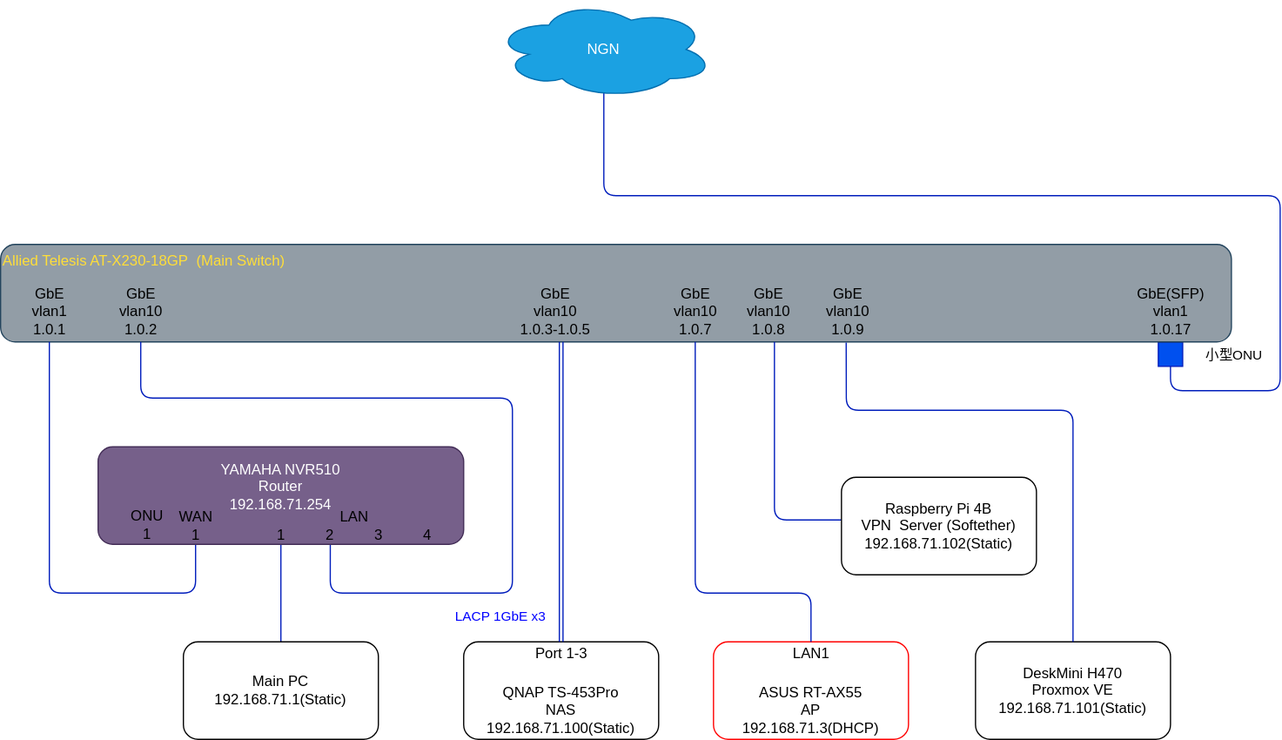
The draw.io diagram Structure chart/struct.drawio.svg in taka74-1771/1771net_home, before a commit. Source tidied: cells renumbered, new cells last; positions are measured from the earlier drawing's top-left corner, leaving out a move shared by most shapes.
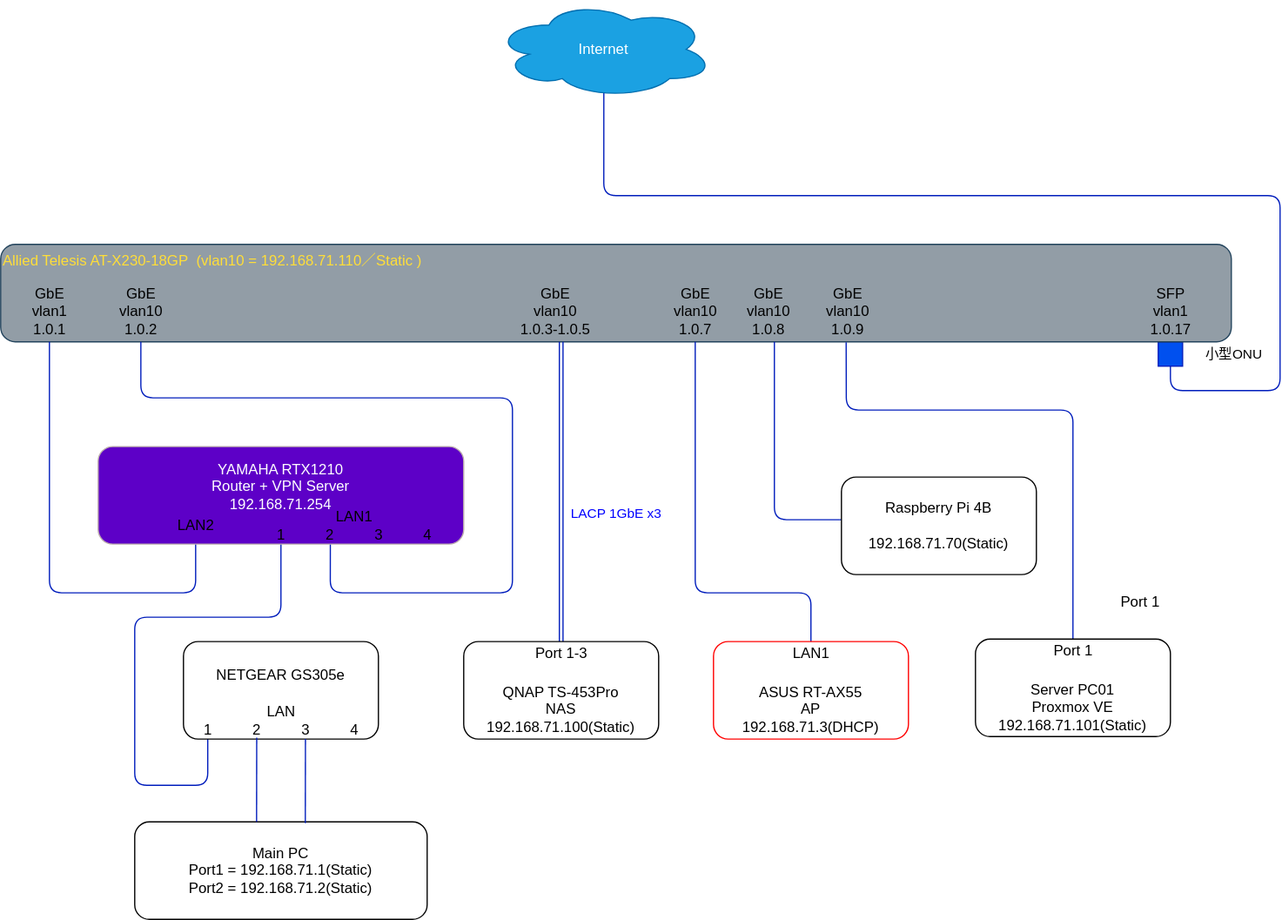
Above is the later version.

Commit message:
ルーター、サーバーPC入れ替え反映

Diff of the diagram source:
```diff
@@ -18,33 +18,31 @@
         <mxPoint x="13" y="-27" as="offset" />
       </mxGeometry>
     </mxCell>
-    <mxCell id="4" value="NGN" style="ellipse;shape=cloud;whiteSpace=wrap;html=1;fillColor=#1ba1e2;fontColor=#ffffff;strokeColor=#006EAF;" parent="1" vertex="1">
+    <mxCell id="4" value="Internet" style="ellipse;shape=cloud;whiteSpace=wrap;html=1;fillColor=#1ba1e2;fontColor=#ffffff;strokeColor=#006EAF;" parent="1" vertex="1">
       <mxGeometry x="405" width="180" height="80" as="geometry" />
     </mxCell>
     <mxCell id="5" style="rounded=0;whiteSpace=wrap;html=1;fillColor=#0050ef;fontColor=#ffffff;strokeColor=#001DBC;" parent="1" vertex="1">
       <mxGeometry x="950" y="280" width="20" height="20" as="geometry" />
     </mxCell>
-    <mxCell id="6" value="QNAP TS-453Pro&lt;br&gt;NAS&lt;br&gt;192.168.71.100(Static)" style="rounded=1;whiteSpace=wrap;html=1;verticalAlign=bottom;" parent="1" vertex="1">
-      <mxGeometry x="380" y="526" width="160" height="80" as="geometry" />
-    </mxCell>
-    <mxCell id="7" style="edgeStyle=orthogonalEdgeStyle;html=1;endArrow=none;endFill=0;entryX=0.143;entryY=0.333;entryDx=0;entryDy=0;entryPerimeter=0;fillColor=#0050ef;strokeColor=#001DBC;" parent="1" edge="1" source="8" target="28">
+    <mxCell id="7" style="edgeStyle=orthogonalEdgeStyle;html=1;endArrow=none;endFill=0;entryX=0.143;entryY=0.333;entryDx=0;entryDy=0;entryPerimeter=0;fillColor=#0050ef;strokeColor=#001DBC;exitX=0.071;exitY=0.933;exitDx=0;exitDy=0;exitPerimeter=0;" parent="1" edge="1" source="35" target="28">
       <mxGeometry relative="1" as="geometry">
         <Array as="points">
-          <mxPoint x="230" y="420" />
+          <mxPoint x="170" y="644" />
+          <mxPoint x="110" y="644" />
+          <mxPoint x="110" y="506" />
+          <mxPoint x="230" y="506" />
+          <mxPoint x="230" y="426" />
         </Array>
       </mxGeometry>
     </mxCell>
-    <mxCell id="8" value="Main PC&lt;br&gt;192.168.71.1(Static)" style="rounded=1;whiteSpace=wrap;html=1;verticalAlign=middle;" parent="1" vertex="1">
-      <mxGeometry x="150" y="526" width="160" height="80" as="geometry" />
+    <mxCell id="8" value="Main PC&lt;br&gt;Port1 = 192.168.71.1(Static)&lt;br&gt;Port2 = 192.168.71.2(Static)" style="rounded=1;whiteSpace=wrap;html=1;verticalAlign=middle;" parent="1" vertex="1">
+      <mxGeometry x="110" y="674" width="240" height="80" as="geometry" />
     </mxCell>
-    <mxCell id="9" value="ASUS RT-AX55&lt;br&gt;AP&lt;br&gt;192.168.71.3(DHCP)" style="rounded=1;whiteSpace=wrap;html=1;verticalAlign=bottom;strokeColor=#FF0000;" parent="1" vertex="1">
-      <mxGeometry x="585" y="526" width="160" height="80" as="geometry" />
-    </mxCell>
-    <mxCell id="10" value="&lt;div&gt;&lt;span style=&quot;color: rgb(255 , 222 , 56)&quot;&gt;Allied Telesis AT-X230-18GP&amp;nbsp; (Main Switch)&lt;/span&gt;&lt;/div&gt;" style="rounded=1;whiteSpace=wrap;html=1;verticalAlign=top;fillColor=#929DA6;strokeColor=#23445d;align=left;" parent="1" vertex="1">
+    <mxCell id="10" value="&lt;div&gt;&lt;span style=&quot;color: rgb(255 , 222 , 56)&quot;&gt;Allied Telesis AT-X230-18GP&amp;nbsp; (vlan10 = 192.168.71.110／Static&lt;/span&gt;&lt;span style=&quot;color: rgb(255 , 222 , 56)&quot;&gt;)&lt;/span&gt;&lt;/div&gt;" style="rounded=1;whiteSpace=wrap;html=1;verticalAlign=top;fillColor=#929DA6;strokeColor=#23445d;align=left;" parent="1" vertex="1">
       <mxGeometry y="200" width="1010" height="80" as="geometry" />
     </mxCell>
-    <mxCell id="11" value="GbE(SFP)&lt;br&gt;vlan1&lt;br&gt;1.0.17" style="text;html=1;align=center;verticalAlign=middle;strokeColor=none;fillColor=none;" parent="1" vertex="1">
-      <mxGeometry x="925" y="230" width="70" height="50" as="geometry" />
+    <mxCell id="11" value="SFP&lt;br&gt;vlan1&lt;br&gt;1.0.17" style="text;html=1;align=center;verticalAlign=middle;strokeColor=none;fillColor=none;" parent="1" vertex="1">
+      <mxGeometry x="935" y="230" width="50" height="50" as="geometry" />
     </mxCell>
     <mxCell id="12" style="edgeStyle=orthogonalEdgeStyle;html=1;endArrow=none;endFill=0;fillColor=#0050ef;strokeColor=#001DBC;" parent="1" edge="1" source="29" target="13">
       <mxGeometry relative="1" as="geometry">
@@ -63,7 +61,7 @@
           <mxPoint x="115" y="326" />
           <mxPoint x="420" y="326" />
           <mxPoint x="420" y="486" />
-          <mxPoint x="271" y="486" />
+          <mxPoint x="270" y="486" />
         </Array>
       </mxGeometry>
     </mxCell>
@@ -80,7 +78,7 @@
     </mxCell>
     <mxCell id="17" value="LACP 1GbE x3" style="edgeLabel;html=1;align=center;verticalAlign=middle;fontColor=#0000FF;labelBackgroundColor=#FFFFFF;" parent="16" vertex="1">
       <mxGeometry x="0.76" y="-2" relative="1" as="geometry">
-        <mxPoint x="-49" y="8" as="offset" />
+        <mxPoint x="47" y="-75" as="offset" />
       </mxGeometry>
     </mxCell>
     <mxCell id="18" value="GbE&lt;br&gt;vlan10&lt;br&gt;1.0.3-1.0.5" style="text;html=1;align=center;verticalAlign=middle;points=[];strokeColor=none;fillColor=none;" parent="1" vertex="1">
@@ -97,12 +95,6 @@
     <mxCell id="20" value="GbE&lt;br&gt;vlan10&lt;br&gt;1.0.7" style="text;html=1;align=center;verticalAlign=middle;points=[];strokeColor=none;fillColor=none;" parent="1" vertex="1">
       <mxGeometry x="545" y="230" width="50" height="50" as="geometry" />
     </mxCell>
-    <mxCell id="21" value="LAN1" style="text;html=1;align=center;verticalAlign=middle;points=[];strokeColor=none;fillColor=none;" parent="1" vertex="1">
-      <mxGeometry x="640" y="526" width="50" height="20" as="geometry" />
-    </mxCell>
-    <mxCell id="22" value="Port 1-3" style="text;html=1;align=center;verticalAlign=middle;strokeColor=none;fillColor=none;" parent="1" vertex="1">
-      <mxGeometry x="430" y="526" width="60" height="20" as="geometry" />
-    </mxCell>
     <mxCell id="23" value="GbE&lt;br&gt;vlan10&lt;br&gt;1.0.8" style="text;html=1;align=center;verticalAlign=middle;strokeColor=none;fillColor=none;" parent="1" vertex="1">
       <mxGeometry x="605" y="230" width="50" height="50" as="geometry" />
     </mxCell>
@@ -114,26 +106,21 @@
         </Array>
       </mxGeometry>
     </mxCell>
-    <mxCell id="25" value="Raspberry Pi 4B&lt;br&gt;VPN&amp;nbsp; Server (Softether)&lt;br&gt;192.168.71.102(Static)" style="rounded=1;whiteSpace=wrap;html=1;verticalAlign=middle;" parent="1" vertex="1">
+    <mxCell id="25" value="Raspberry Pi 4B&lt;br&gt;&lt;br&gt;192.168.71.70(Static)" style="rounded=1;whiteSpace=wrap;html=1;verticalAlign=middle;" parent="1" vertex="1">
       <mxGeometry x="690" y="391" width="160" height="80" as="geometry" />
     </mxCell>
-    <mxCell id="26" value="YAMAHA NVR510&lt;br&gt;Router&lt;br&gt;&amp;nbsp;192.168.71.254&amp;nbsp;&lt;br&gt;&lt;br&gt;&amp;nbsp;" style="rounded=1;whiteSpace=wrap;html=1;fillColor=#76608a;fontColor=#ffffff;strokeColor=#432D57;" parent="1" vertex="1">
+    <mxCell id="26" value="YAMAHA RTX1210&lt;br&gt;Router + VPN Server&lt;br&gt;&amp;nbsp;192.168.71.254&amp;nbsp;&lt;br&gt;&lt;br&gt;&amp;nbsp;" style="rounded=1;whiteSpace=wrap;html=1;fillColor=#5D00C7;fontColor=#ffffff;strokeColor=#BCADAD;" parent="1" vertex="1">
       <mxGeometry x="80" y="366" width="300" height="80" as="geometry" />
     </mxCell>
-    <mxCell id="27" value="ONU&lt;br&gt;1" style="text;html=1;align=center;verticalAlign=middle;strokeColor=none;fillColor=none;" parent="1" vertex="1">
-      <mxGeometry x="100" y="415" width="40" height="30" as="geometry" />
-    </mxCell>
-    <mxCell id="28" value="LAN&lt;br&gt;1&amp;nbsp; &amp;nbsp; &amp;nbsp; &amp;nbsp; &amp;nbsp; 2&amp;nbsp; &amp;nbsp; &amp;nbsp; &amp;nbsp; &amp;nbsp; 3&amp;nbsp; &amp;nbsp; &amp;nbsp; &amp;nbsp; &amp;nbsp; 4" style="text;html=1;align=center;verticalAlign=middle;points=[];strokeColor=none;fillColor=none;" parent="1" vertex="1">
+    <mxCell id="28" value="LAN1&lt;br&gt;1&amp;nbsp; &amp;nbsp; &amp;nbsp; &amp;nbsp; &amp;nbsp; 2&amp;nbsp; &amp;nbsp; &amp;nbsp; &amp;nbsp; &amp;nbsp; 3&amp;nbsp; &amp;nbsp; &amp;nbsp; &amp;nbsp; &amp;nbsp; 4" style="text;html=1;align=center;verticalAlign=middle;points=[];strokeColor=none;fillColor=none;" parent="1" vertex="1">
       <mxGeometry x="220" y="416" width="140" height="30" as="geometry" />
     </mxCell>
-    <mxCell id="29" value="WAN&lt;br&gt;1" style="text;html=1;align=center;verticalAlign=middle;points=[];strokeColor=none;fillColor=none;" parent="1" vertex="1">
-      <mxGeometry x="140" y="416" width="40" height="30" as="geometry" />
+    <mxCell id="29" value="LAN2" style="text;html=1;align=center;verticalAlign=middle;points=[];strokeColor=none;fillColor=none;" parent="1" vertex="1">
+      <mxGeometry x="135" y="421" width="50" height="20" as="geometry" />
     </mxCell>
-    <mxCell id="30" value="DeskMini H470&lt;br&gt;Proxmox VE&lt;br&gt;192.168.71.101(Static)" style="rounded=1;whiteSpace=wrap;html=1;verticalAlign=middle;" parent="1" vertex="1">
-      <mxGeometry x="800" y="526" width="160" height="80" as="geometry" />
-    </mxCell>
-    <mxCell id="31" style="endArrow=none;html=1;fontColor=#FFDE38;entryX=0.5;entryY=0;entryDx=0;entryDy=0;exitX=0.687;exitY=1.006;exitDx=0;exitDy=0;exitPerimeter=0;fillColor=#0050ef;strokeColor=#001DBC;" parent="1" edge="1" source="10" target="30">
+    <mxCell id="31" style="endArrow=none;html=1;fontColor=#FFDE38;entryX=0.5;entryY=0;entryDx=0;entryDy=0;exitX=0.687;exitY=1.006;exitDx=0;exitDy=0;exitPerimeter=0;fillColor=#0050ef;strokeColor=#001DBC;" parent="1" edge="1" source="10">
       <mxGeometry relative="1" as="geometry">
+        <mxPoint x="880" y="526" as="targetPoint" />
         <Array as="points">
           <mxPoint x="694" y="336" />
           <mxPoint x="790" y="336" />
@@ -144,5 +131,55 @@
     <mxCell id="32" value="GbE&lt;br&gt;vlan10&lt;br&gt;1.0.9" style="text;html=1;align=center;verticalAlign=middle;strokeColor=none;fillColor=none;" parent="1" vertex="1">
       <mxGeometry x="670" y="230" width="50" height="50" as="geometry" />
     </mxCell>
+    <mxCell id="33" style="group;" parent="1" vertex="1">
+      <mxGeometry x="150" y="526" width="160" height="80" as="geometry" />
+    </mxCell>
+    <mxCell id="34" value="&lt;br&gt;NETGEAR GS305e" style="rounded=1;whiteSpace=wrap;html=1;verticalAlign=top;" parent="33" vertex="1">
+      <mxGeometry width="160" height="80" as="geometry" />
+    </mxCell>
+    <mxCell id="35" value="LAN&lt;br&gt;1&amp;nbsp; &amp;nbsp; &amp;nbsp; &amp;nbsp; &amp;nbsp; 2&amp;nbsp; &amp;nbsp; &amp;nbsp; &amp;nbsp; &amp;nbsp; 3&amp;nbsp; &amp;nbsp; &amp;nbsp; &amp;nbsp; &amp;nbsp; 4" style="text;html=1;align=center;verticalAlign=middle;points=[];strokeColor=none;fillColor=none;" parent="33" vertex="1">
+      <mxGeometry x="10" y="50" width="140" height="30" as="geometry" />
+    </mxCell>
+    <mxCell id="36" style="group;" parent="1" vertex="1">
+      <mxGeometry x="585" y="526" width="160" height="80" as="geometry" />
+    </mxCell>
+    <mxCell id="9" value="ASUS RT-AX55&lt;br&gt;AP&lt;br&gt;192.168.71.3(DHCP)" style="rounded=1;whiteSpace=wrap;html=1;verticalAlign=bottom;strokeColor=#FF0000;" parent="36" vertex="1">
+      <mxGeometry width="160" height="80" as="geometry" />
+    </mxCell>
+    <mxCell id="21" value="LAN1" style="text;html=1;align=center;verticalAlign=middle;points=[];strokeColor=none;fillColor=none;" parent="36" vertex="1">
+      <mxGeometry x="55" width="50" height="20" as="geometry" />
+    </mxCell>
+    <mxCell id="37" style="group;" parent="1" vertex="1">
+      <mxGeometry x="380" y="526" width="160" height="80" as="geometry" />
+    </mxCell>
+    <mxCell id="6" value="QNAP TS-453Pro&lt;br&gt;NAS&lt;br&gt;192.168.71.100(Static)" style="rounded=1;whiteSpace=wrap;html=1;verticalAlign=bottom;" parent="37" vertex="1">
+      <mxGeometry width="160" height="80" as="geometry" />
+    </mxCell>
+    <mxCell id="22" value="Port 1-3" style="text;html=1;align=center;verticalAlign=middle;strokeColor=none;fillColor=none;" parent="37" vertex="1">
+      <mxGeometry x="50" width="60" height="20" as="geometry" />
+    </mxCell>
+    <mxCell id="38" value="Port 1" style="text;html=1;align=center;verticalAlign=middle;strokeColor=none;fillColor=none;" parent="1" vertex="1">
+      <mxGeometry x="910" y="484" width="50" height="20" as="geometry" />
+    </mxCell>
+    <mxCell id="39" style="group;" parent="1" vertex="1">
+      <mxGeometry x="800" y="524" width="160" height="80" as="geometry" />
+    </mxCell>
+    <mxCell id="40" value="Server PC01&lt;br&gt;Proxmox VE&lt;br&gt;192.168.71.101(Static)" style="rounded=1;whiteSpace=wrap;html=1;verticalAlign=bottom;" parent="39" vertex="1">
+      <mxGeometry width="160" height="80" as="geometry" />
+    </mxCell>
+    <mxCell id="41" value="Port 1" style="text;html=1;align=center;verticalAlign=middle;strokeColor=none;fillColor=none;" parent="39" vertex="1">
+      <mxGeometry x="55" width="50" height="20" as="geometry" />
+    </mxCell>
+    <mxCell id="42" style="endArrow=none;html=1;strokeColor=#001DBC;entryX=0.358;entryY=0.963;entryDx=0;entryDy=0;entryPerimeter=0;fillColor=#0050ef;" parent="1" edge="1" target="35">
+      <mxGeometry relative="1" as="geometry">
+        <mxPoint x="210" y="674" as="sourcePoint" />
+      </mxGeometry>
+    </mxCell>
+    <mxCell id="43" style="endArrow=none;html=1;strokeColor=#001DBC;entryX=0.358;entryY=0.963;entryDx=0;entryDy=0;entryPerimeter=0;fillColor=#0050ef;" parent="1" edge="1">
+      <mxGeometry relative="1" as="geometry">
+        <mxPoint x="250" y="675.1" as="sourcePoint" />
+        <mxPoint x="250.1" y="606" as="targetPoint" />
+      </mxGeometry>
+    </mxCell>
   </root>
 </mxGraphModel>
```
